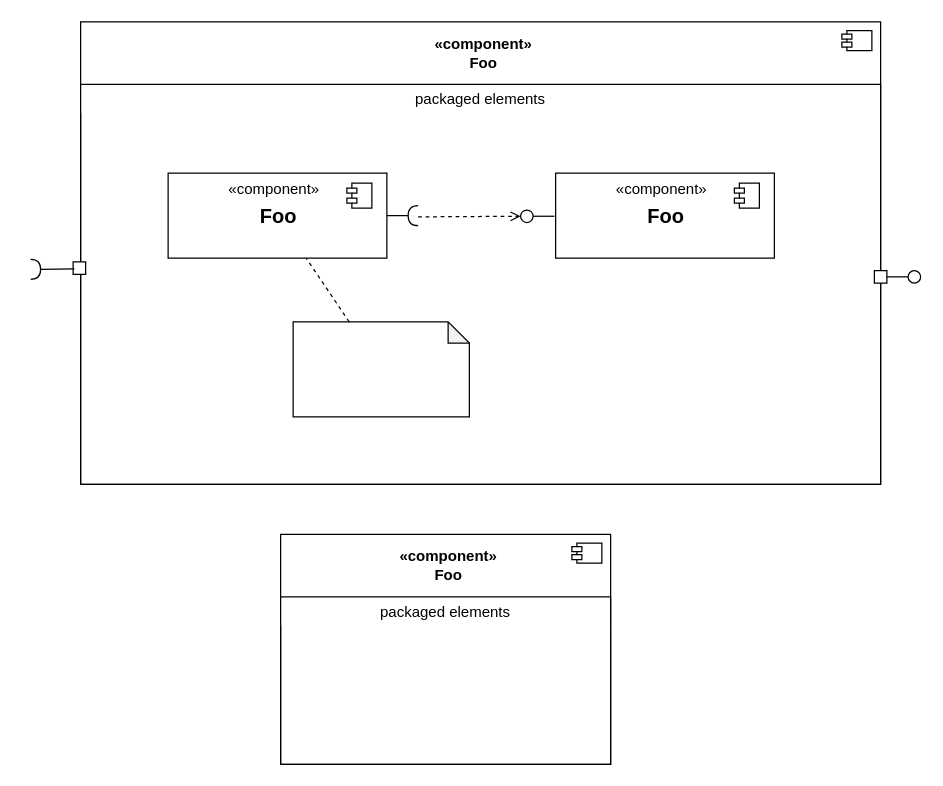
Earlier version of the draw.io diagram docs/component-diagram-overview.drawio (experimental-software/drawing-uml). Source tidied: cells renumbered, new cells numbered last; positions are measured from the earlier drawing's top-left corner, leaving out a move shared by most shapes. Both pictures are drawn from the tidied source at 125%, with x=0, y=0 at pixel (30, 21).
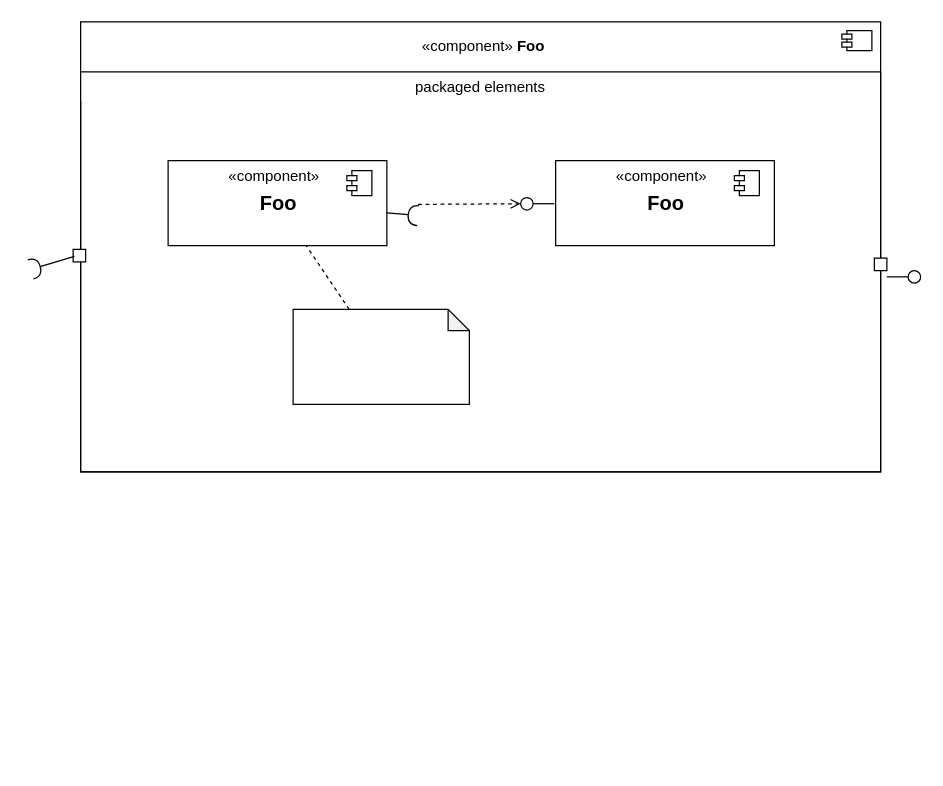
After the change.

Commit message:
Update example diagram

Diff of the diagram source:
```diff
@@
     <mxCell id="2" style="fontStyle=1;align=right;verticalAlign=top;horizontal=1;" parent="1" vertex="1">
-      <mxGeometry x="40" width="640" height="370" as="geometry" />
+      <mxGeometry x="40" width="640" height="360" as="geometry" />
     </mxCell>
-    <mxCell id="3" value="«component»&lt;br&gt;Foo" style="html=1;align=center;spacingLeft=4;verticalAlign=middle;strokeColor=none;fillColor=none;fontStyle=1;" parent="2" vertex="1">
-      <mxGeometry width="640" height="50" as="geometry" />
+    <mxCell id="3" value="&lt;span style=&quot;font-weight: normal;&quot;&gt;«component»&lt;/span&gt; Foo" style="html=1;align=center;spacingLeft=4;verticalAlign=middle;strokeColor=none;fillColor=none;fontStyle=1;" parent="2" vertex="1">
+      <mxGeometry width="640" height="40" as="geometry" />
     </mxCell>
@@
     <mxCell id="5" value="packaged elements" style="swimlane;swimlaneBody=1;swimlaneHead=1;horizontal=1;swimlaneLine=0;fontStyle=0;" parent="2" vertex="1">
-      <mxGeometry y="50" width="640" height="320" as="geometry" />
+      <mxGeometry y="40" width="640" height="320" as="geometry" />
     </mxCell>
@@
-    <mxCell id="25" style="fontStyle=1;align=right;verticalAlign=top;horizontal=1;" parent="1" vertex="1">
-      <mxGeometry x="200" y="410" width="264" height="184" as="geometry" />
-    </mxCell>
-    <mxCell id="26" value="«component»&lt;br&gt;Foo" style="html=1;align=center;spacingLeft=4;verticalAlign=middle;strokeColor=none;fillColor=none;fontStyle=1;" parent="25" vertex="1">
-      <mxGeometry width="264" height="50" as="geometry" />
-    </mxCell>
-    <mxCell id="27" style="shape=component;jettyWidth=8;jettyHeight=4;fontSize=12;fillColor=default;strokeColor=default;" parent="26" vertex="1">
-      <mxGeometry x="1" width="24" height="16" relative="1" as="geometry">
-        <mxPoint x="-31" y="7" as="offset" />
-      </mxGeometry>
-    </mxCell>
-    <mxCell id="28" value="packaged elements" style="swimlane;swimlaneBody=1;swimlaneHead=1;horizontal=1;swimlaneLine=0;fontStyle=0;" parent="25" vertex="1">
-      <mxGeometry y="50" width="264" height="134" as="geometry" />
-    </mxCell>
```
